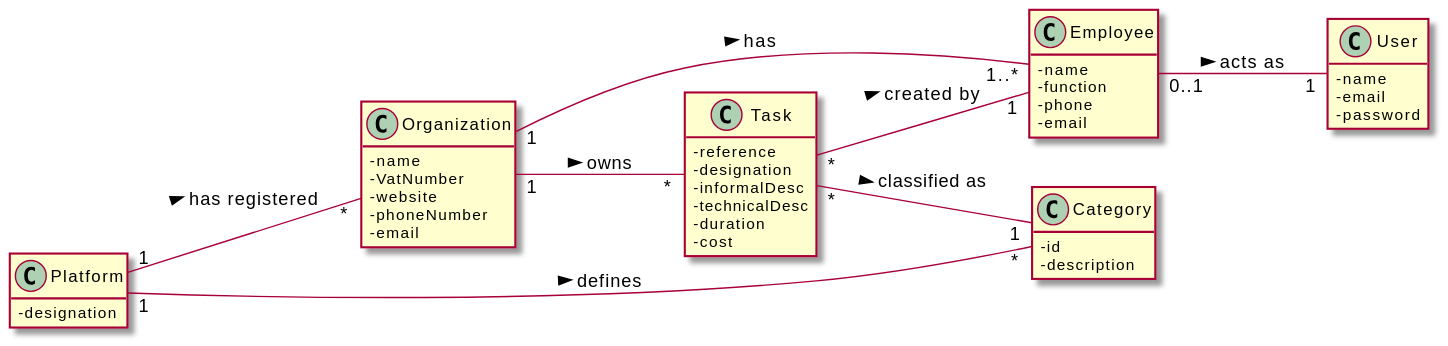
This is docs/SprintB/US03/DM/US03_DM.svg from miseEnPlace-i/lapr2, a PlantUML export, as it was before one commit.
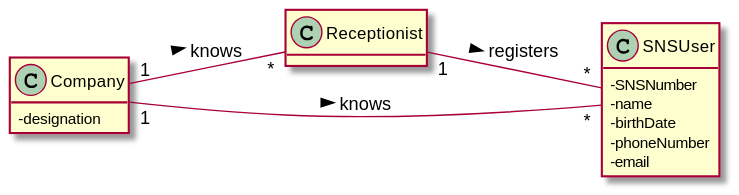
After the change.

The edit, as a diff of the source:
```diff
@@ -4,52 +4,24 @@
 skinparam classAttributeIconSize 0
 
 
-class Platform {
-  -designation
+class Receptionist {
 }
 
-class Organization {
+class SNSUser {
+  -SNSNumber
   -name
-  -VatNumber
-  -website
+  -birthDate
   -phoneNumber
   -email
 }
 
-class Task {
-  -reference
+class Company {
   -designation
-  -informalDesc
-  -technicalDesc
-  -duration
-  -cost
 }
 
-class Category {
-  -id
-  -description
-}
-
-class Employee {
-  -name
-  -function
-  -phone
-  -email
-}
-
-class User {
-  -name
-  -email
-  -password
-}
-
-Platform "1" -- "*" Organization : has registered >
-Platform "1" -- "*" Category : defines >
-Organization "1" -- "1..*" Employee : has >
-Organization "1" -- "*" Task: owns >
-Task "*" -- "1" Employee: created by >
-Employee "0..1" -- "1" User: acts as >
-Task "*" -- "1" Category: classified as >
+Receptionist "1" -- "*" SNSUser : registers >
+Company "1" -- "*" Receptionist : knows >
+Company "1" -- "*" SNSUser : knows >
 
 
 
```
